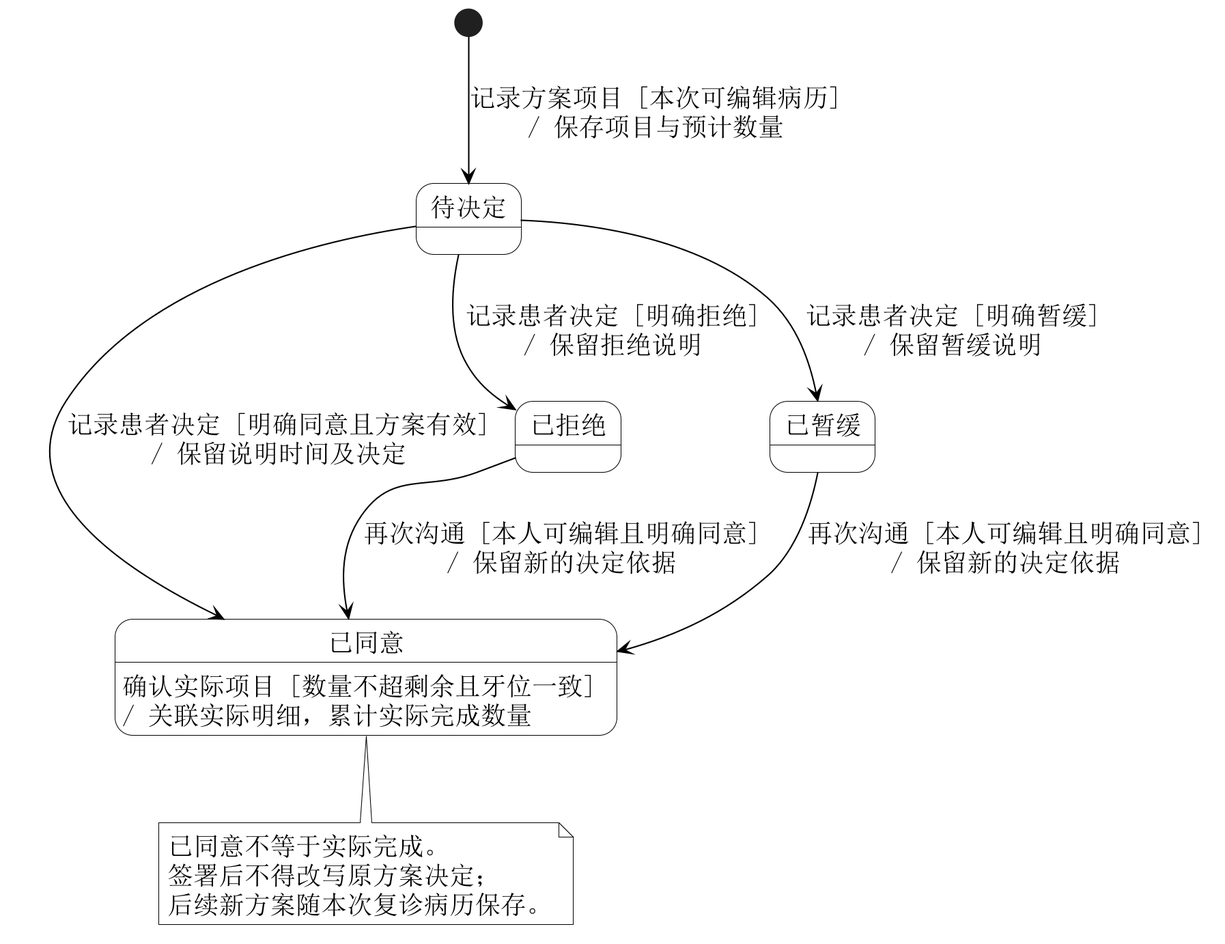
Before: 01-需求文档/diagrams/18-plan-item-state-machine.png, a diagram exported from PlantUML (Shawmc-creator/systemAnalyseAndDesign).
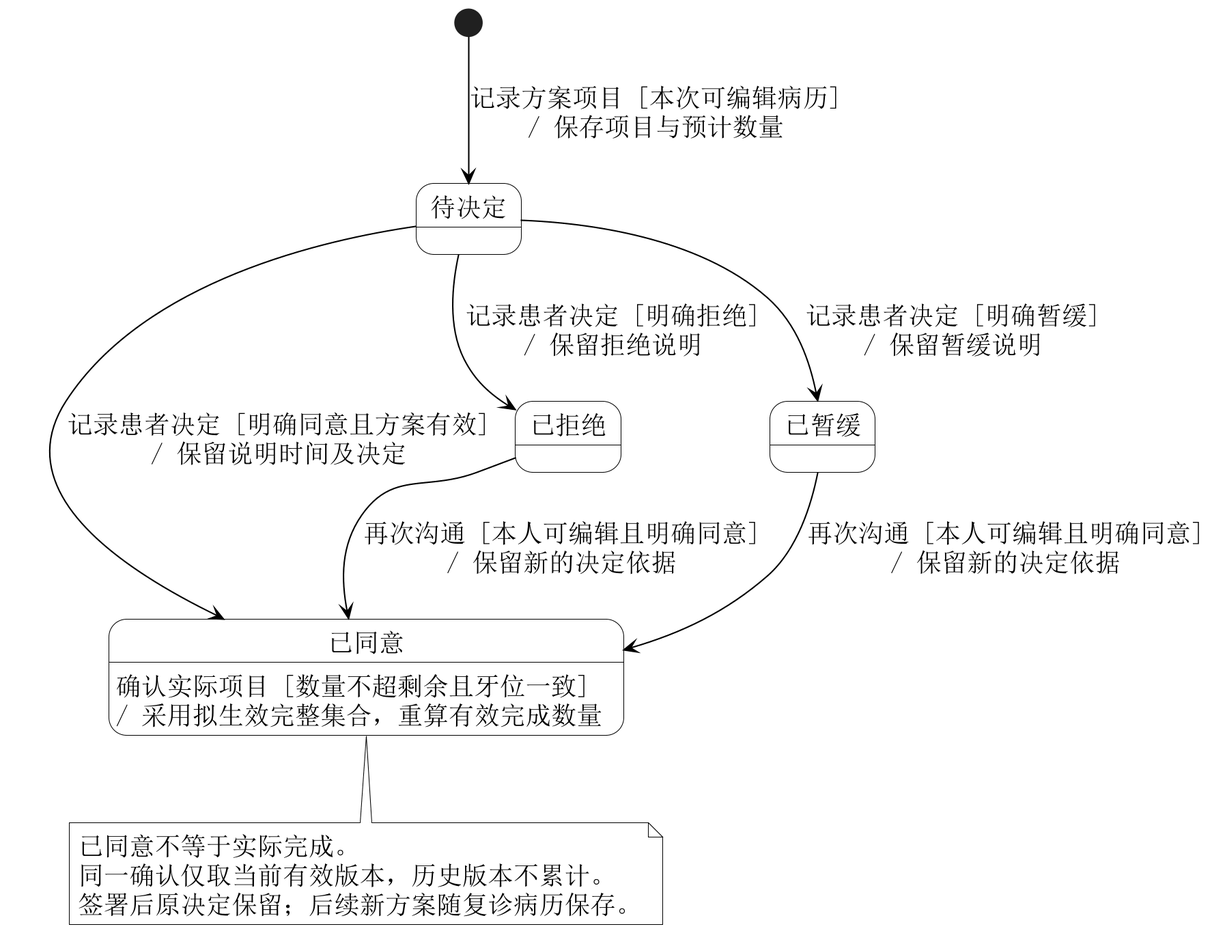
After the commit.

The edit, as a diff of the source:
```diff
@@ -24,7 +24,7 @@
 Pending --> Deferred : 记录患者决定 [明确暂缓]\n/ 保留暂缓说明
 Deferred --> Agreed : 再次沟通 [本人可编辑且明确同意]\n/ 保留新的决定依据
 Rejected --> Agreed : 再次沟通 [本人可编辑且明确同意]\n/ 保留新的决定依据
-Agreed : 确认实际项目 [数量不超剩余且牙位一致]\n/ 关联实际明细，累计实际完成数量
-note bottom of Agreed : 已同意不等于实际完成。\n签署后不得改写原方案决定；\n后续新方案随本次复诊病历保存。
+Agreed : 确认实际项目 [数量不超剩余且牙位一致]\n/ 采用拟生效完整集合，重算有效完成数量
+note bottom of Agreed : 已同意不等于实际完成。\n同一确认仅取当前有效版本，历史版本不累计。\n签署后原决定保留；后续新方案随复诊病历保存。
 
 @enduml
```
